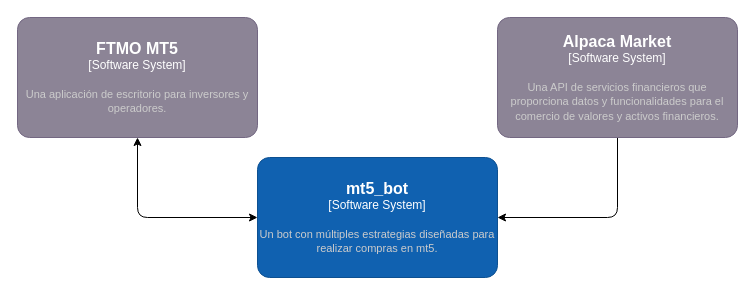
Earlier version of the draw.io diagram architecture/context.drawio (contrerasdaniel142/mt5_bot). Source tidied: cells renumbered, new cells numbered last; positions are measured from the earlier drawing's top-left corner, leaving out a move shared by most shapes. Both pictures are drawn from the tidied source at 100%, with x=0, y=0 at pixel (17, 17).
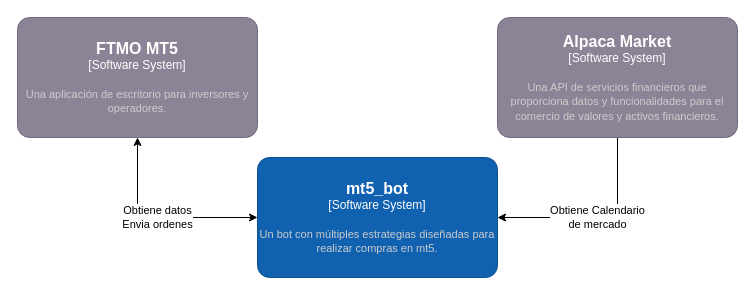
After the change.

What changed in the source:
```diff
@@
 <mxGraphModel>
   <root>
     <mxCell id="0" />
     <mxCell id="1" parent="0" />
-    <mxCell id="2" style="edgeStyle=elbowEdgeStyle;html=1;exitX=0.5;exitY=1;exitDx=0;exitDy=0;exitPerimeter=0;entryX=0;entryY=0.5;entryDx=0;entryDy=0;entryPerimeter=0;startArrow=classic;startFill=1;" parent="1" edge="1" source="3" target="4">
+    <mxCell id="2" value="Obtiene datos&lt;br&gt;Envia ordenes" style="edgeStyle=elbowEdgeStyle;html=1;exitX=0.5;exitY=1;exitDx=0;exitDy=0;exitPerimeter=0;entryX=0;entryY=0.5;entryDx=0;entryDy=0;entryPerimeter=0;startArrow=classic;startFill=1;" parent="1" edge="1" source="3" target="4">
       <mxGeometry relative="1" as="geometry">
         <Array as="points">
           <mxPoint x="120" y="150" />
         </Array>
       </mxGeometry>
     </mxCell>
     <object id="3" label="&lt;font style=&quot;font-size: 16px&quot;&gt;&lt;b&gt;%c4Name%&lt;/b&gt;&lt;/font&gt;&lt;div&gt;[%c4Type%]&lt;/div&gt;&lt;br&gt;&lt;div&gt;&lt;font style=&quot;font-size: 11px&quot;&gt;&lt;font color=&quot;#cccccc&quot;&gt;%c4Description%&lt;/font&gt;&lt;/div&gt;" c4Description="Una aplicación de escritorio para inversores y operadores." c4Name="FTMO MT5" c4Type="Software System" placeholders="1">
       <mxCell style="rounded=1;whiteSpace=wrap;html=1;labelBackgroundColor=none;fillColor=#8C8496;fontColor=#ffffff;align=center;arcSize=10;strokeColor=#736782;points=[[0.25,0,0],[0.5,0,0],[0.75,0,0],[1,0.25,0],[1,0.5,0],[1,0.75,0],[0.75,1,0],[0.5,1,0],[0.25,1,0],[0,0.75,0],[0,0.5,0],[0,0.25,0]];" parent="1" vertex="1">
         <mxGeometry width="240" height="120" as="geometry" />
       </mxCell>
     </object>
     <object id="4" label="&lt;font style=&quot;font-size: 16px&quot;&gt;&lt;b&gt;%c4Name%&lt;/b&gt;&lt;/font&gt;&lt;div&gt;[%c4Type%]&lt;/div&gt;&lt;br&gt;&lt;div&gt;&lt;font style=&quot;font-size: 11px&quot;&gt;&lt;font color=&quot;#cccccc&quot;&gt;%c4Description%&lt;/font&gt;&lt;/div&gt;" c4Description="Un bot con múltiples estrategias diseñadas para realizar compras en mt5." c4Name="mt5_bot" c4Type="Software System" placeholders="1">
       <mxCell style="rounded=1;whiteSpace=wrap;html=1;labelBackgroundColor=none;fillColor=#1061B0;fontColor=#ffffff;align=center;arcSize=10;strokeColor=#0D5091;points=[[0.25,0,0],[0.5,0,0],[0.75,0,0],[1,0.25,0],[1,0.5,0],[1,0.75,0],[0.75,1,0],[0.5,1,0],[0.25,1,0],[0,0.75,0],[0,0.5,0],[0,0.25,0]];" parent="1" vertex="1">
         <mxGeometry x="240" y="140" width="240" height="120" as="geometry" />
       </mxCell>
     </object>
-    <mxCell id="5" style="edgeStyle=elbowEdgeStyle;html=1;exitX=0.5;exitY=1;exitDx=0;exitDy=0;exitPerimeter=0;entryX=1;entryY=0.5;entryDx=0;entryDy=0;entryPerimeter=0;elbow=vertical;" parent="1" edge="1" source="6" target="4">
+    <mxCell id="5" value="Obtiene Calendario&lt;br&gt;de mercado" style="edgeStyle=elbowEdgeStyle;html=1;exitX=0.5;exitY=1;exitDx=0;exitDy=0;exitPerimeter=0;entryX=1;entryY=0.5;entryDx=0;entryDy=0;entryPerimeter=0;elbow=vertical;" parent="1" edge="1" source="6" target="4">
       <mxGeometry relative="1" as="geometry">
         <Array as="points">
           <mxPoint x="615" y="200" />
         </Array>
       </mxGeometry>
     </mxCell>
     <object id="6" label="&lt;font style=&quot;font-size: 16px&quot;&gt;&lt;b&gt;%c4Name%&lt;/b&gt;&lt;/font&gt;&lt;div&gt;[%c4Type%]&lt;/div&gt;&lt;br&gt;&lt;div&gt;&lt;font style=&quot;font-size: 11px&quot;&gt;&lt;font color=&quot;#cccccc&quot;&gt;%c4Description%&lt;/font&gt;&lt;/div&gt;" c4Description="Una API de servicios financieros que proporciona datos y funcionalidades para el comercio de valores y activos financieros." c4Name="Alpaca Market" c4Type="Software System" placeholders="1">
       <mxCell style="rounded=1;whiteSpace=wrap;html=1;labelBackgroundColor=none;fillColor=#8C8496;fontColor=#ffffff;align=center;arcSize=10;strokeColor=#736782;points=[[0.25,0,0],[0.5,0,0],[0.75,0,0],[1,0.25,0],[1,0.5,0],[1,0.75,0],[0.75,1,0],[0.5,1,0],[0.25,1,0],[0,0.75,0],[0,0.5,0],[0,0.25,0]];" parent="1" vertex="1">
         <mxGeometry x="480" width="240" height="120" as="geometry" />
       </mxCell>
     </object>
   </root>
 </mxGraphModel>
```
